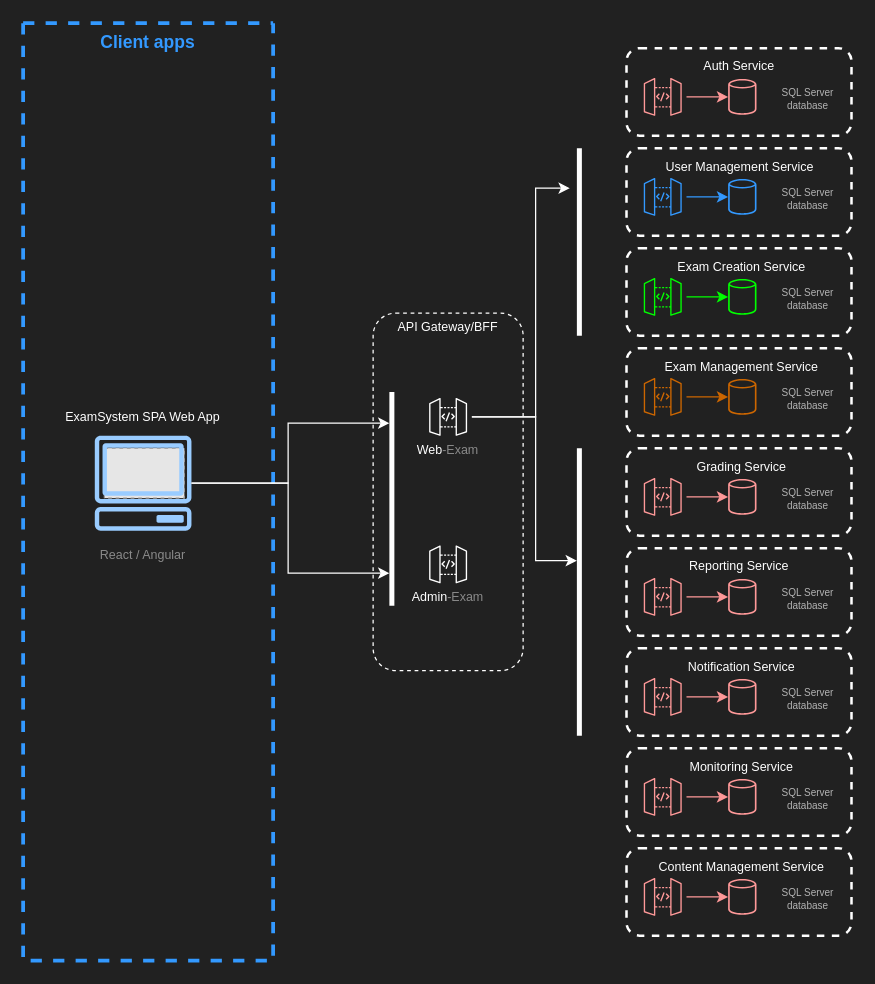
Before: Arquitetura_Dev.drawio in isc77/PINT-BSI-IFAL-2024.1, a draw.io diagram. Source tidied: cells renumbered, new cells numbered last; positions are measured from the earlier drawing's top-left corner, leaving out a move shared by most shapes. Both pictures are drawn from the tidied source at 125%, with x=0, y=0 at pixel (22, 22). Pictures stored in the file or linked from it are replaced by grey dashed boxes.
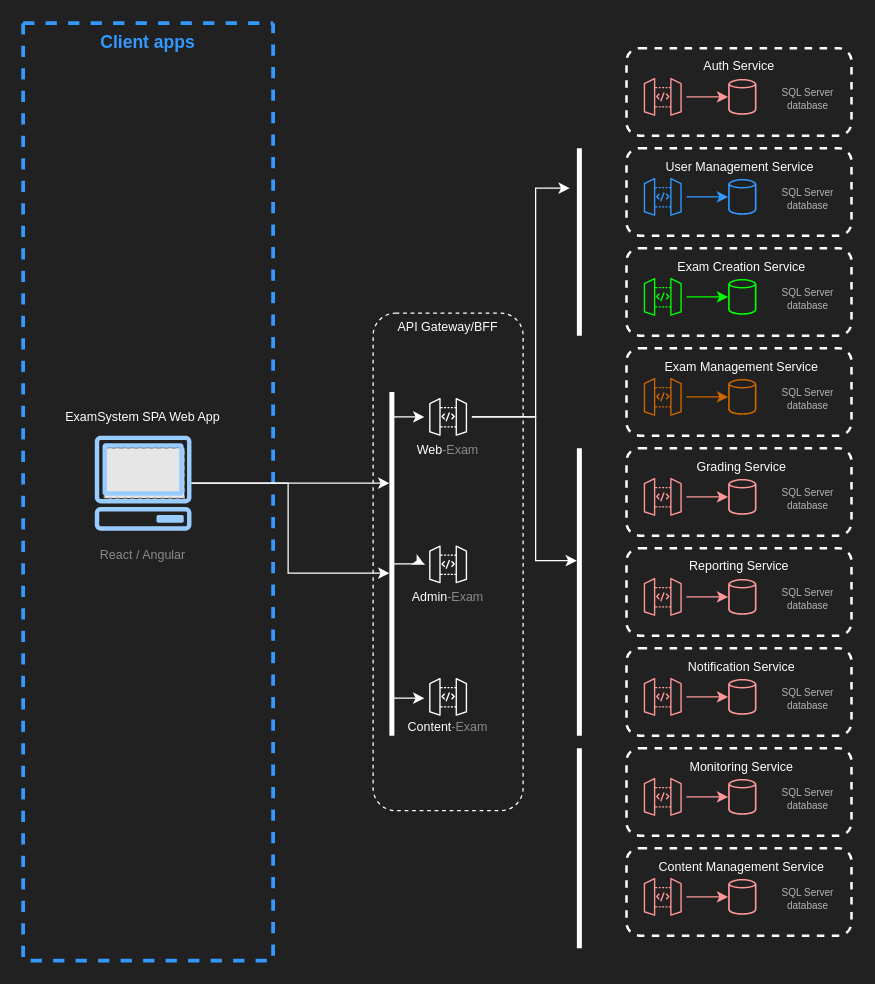
The same page after the edit.

The change refers to these unchanged cells:
```xml
<mxCell id="11" style="sketch=0;outlineConnect=0;fontColor=#232F3E;gradientColor=none;fillColor=#99CCFF;strokeColor=none;dashed=0;verticalLabelPosition=bottom;verticalAlign=top;align=center;html=1;fontSize=12;fontStyle=0;shape=mxgraph.aws4.client;" parent="6" vertex="1">
  <mxGeometry x="57" y="330" width="78" height="76" as="geometry" />
</mxCell>
<mxCell id="14" style="sketch=0;points=[[0,0,0],[0.25,0,0],[0.5,0,0],[0.75,0,0],[1,0,0],[0,1,0],[0.25,1,0],[0.5,1,0],[0.75,1,0],[1,1,0],[0,0.25,0],[0,0.5,0],[0,0.75,0],[1,0.25,0],[1,0.5,0],[1,0.75,0]];outlineConnect=0;fontColor=#232F3E;fillColor=none;strokeColor=#ffffff;dashed=0;verticalLabelPosition=bottom;verticalAlign=top;align=center;html=1;fontSize=12;fontStyle=0;shape=mxgraph.aws4.resourceIcon;resIcon=mxgraph.aws4.api_gateway;" parent="1" vertex="1">
  <mxGeometry x="321" y="296" width="38" height="38" as="geometry" />
</mxCell>
<mxCell id="68" style="sketch=0;points=[[0,0,0],[0.25,0,0],[0.5,0,0],[0.75,0,0],[1,0,0],[0,1,0],[0.25,1,0],[0.5,1,0],[0.75,1,0],[1,1,0],[0,0.25,0],[0,0.5,0],[0,0.75,0],[1,0.25,0],[1,0.5,0],[1,0.75,0]];outlineConnect=0;fontColor=#232F3E;fillColor=none;strokeColor=#ffffff;dashed=0;verticalLabelPosition=bottom;verticalAlign=top;align=center;html=1;fontSize=12;fontStyle=0;shape=mxgraph.aws4.resourceIcon;resIcon=mxgraph.aws4.api_gateway;" parent="1" vertex="1">
  <mxGeometry x="321" y="414" width="38" height="38" as="geometry" />
</mxCell>
```

What changed in the source:
```diff
@@
     <mxCell id="2" style="rounded=1;whiteSpace=wrap;html=1;fillColor=none;strokeColor=#FFFFFF;dashed=1;" parent="1" vertex="1">
-      <mxGeometry x="280" y="232" width="120" height="286" as="geometry" />
+      <mxGeometry x="280" y="232" width="120" height="398" as="geometry" />
     </mxCell>
@@
+    <mxCell id="75" style="edgeStyle=orthogonalEdgeStyle;rounded=0;jettySize=auto;html=1;strokeColor=#FFFFFF;" parent="1" edge="1" source="70" target="68">
+      <mxGeometry relative="1" as="geometry" />
+    </mxCell>
+    <mxCell id="76" style="edgeStyle=orthogonalEdgeStyle;rounded=0;jettySize=auto;html=1;strokeColor=#FFFFFF;" parent="1" edge="1" source="70" target="78">
+      <mxGeometry relative="1" as="geometry">
+        <Array as="points">
+          <mxPoint x="310" y="540" />
+          <mxPoint x="310" y="540" />
+        </Array>
+      </mxGeometry>
+    </mxCell>
+    <mxCell id="71" style="edgeStyle=orthogonalEdgeStyle;rounded=0;jettySize=auto;html=1;strokeColor=#FFFFFF;" parent="1" edge="1" source="11" target="70">
+      <mxGeometry relative="1" as="geometry">
+        <Array as="points">
+          <mxPoint x="250" y="368" />
+          <mxPoint x="250" y="368" />
+        </Array>
+      </mxGeometry>
+    </mxCell>
     <mxCell id="70" style="line;strokeWidth=4;direction=south;html=1;perimeter=backbonePerimeter;points=[];outlineConnect=0;strokeColor=#FFFFFF;" parent="1" vertex="1">
-      <mxGeometry x="290" y="295" width="10" height="171" as="geometry" />
+      <mxGeometry x="290" y="295" width="10" height="275" as="geometry" />
     </mxCell>
-    <mxCell id="71" style="edgeStyle=orthogonalEdgeStyle;rounded=0;jettySize=auto;html=1;strokeColor=#FFFFFF;" parent="1" edge="1" source="11" target="70">
-      <mxGeometry relative="1" as="geometry">
-        <Array as="points">
-          <mxPoint x="212" y="368" />
-          <mxPoint x="212" y="320" />
-        </Array>
-      </mxGeometry>
-    </mxCell>
+    <mxCell id="73" style="line;strokeWidth=4;direction=south;html=1;perimeter=backbonePerimeter;strokeColor=#FFFFFF;" parent="1" vertex="1">
+      <mxGeometry x="440" y="100" width="10" height="150" as="geometry" />
+    </mxCell>
@@
-    <mxCell id="73" style="line;strokeWidth=4;direction=south;html=1;perimeter=backbonePerimeter;strokeColor=#FFFFFF;" parent="1" vertex="1">
-      <mxGeometry x="440" y="100" width="10" height="150" as="geometry" />
-    </mxCell>
@@
+    <mxCell id="77" style="line;strokeWidth=4;direction=south;html=1;perimeter=backbonePerimeter;strokeColor=#FFFFFF;" parent="1" vertex="1">
+      <mxGeometry x="440" y="580" width="10" height="160" as="geometry" />
+    </mxCell>
+    <mxCell id="78" style="sketch=0;points=[[0,0,0],[0.25,0,0],[0.5,0,0],[0.75,0,0],[1,0,0],[0,1,0],[0.25,1,0],[0.5,1,0],[0.75,1,0],[1,1,0],[0,0.25,0],[0,0.5,0],[0,0.75,0],[1,0.25,0],[1,0.5,0],[1,0.75,0]];outlineConnect=0;fontColor=#232F3E;fillColor=none;strokeColor=#ffffff;dashed=0;verticalLabelPosition=bottom;verticalAlign=top;align=center;html=1;fontSize=12;fontStyle=0;shape=mxgraph.aws4.resourceIcon;resIcon=mxgraph.aws4.api_gateway;" parent="1" vertex="1">
+      <mxGeometry x="321" y="520" width="38" height="38" as="geometry" />
+    </mxCell>
+    <mxCell id="79" value="&lt;div&gt;&lt;font color=&quot;#ffffff&quot; style=&quot;font-size: 10px;&quot;&gt;Content&lt;/font&gt;&lt;font color=&quot;#8a8a8a&quot; style=&quot;font-size: 10px;&quot;&gt;-Exam&lt;/font&gt;&lt;/div&gt;" style="text;strokeColor=none;align=center;fillColor=none;html=1;verticalAlign=middle;whiteSpace=wrap;rounded=0;" parent="1" vertex="1">
+      <mxGeometry x="290" y="558" width="100" height="10" as="geometry" />
+    </mxCell>
+    <mxCell id="80" style="edgeStyle=orthogonalEdgeStyle;rounded=0;jettySize=auto;html=1;entryX=0;entryY=0.5;entryDx=0;entryDy=0;entryPerimeter=0;strokeColor=#FFFFFF;" parent="1" edge="1" source="70" target="14">
+      <mxGeometry relative="1" as="geometry">
+        <Array as="points">
+          <mxPoint x="300" y="315" />
+          <mxPoint x="300" y="315" />
+        </Array>
+      </mxGeometry>
+    </mxCell>
```
